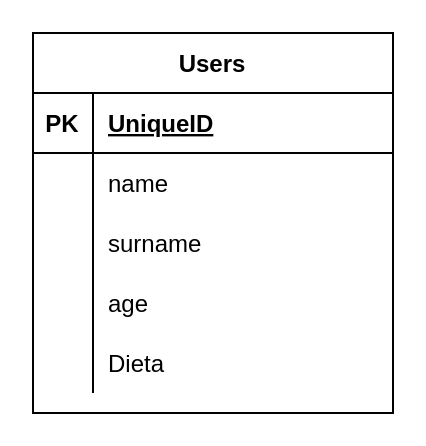
federico1989/php-oop-2 keeps this draw.io diagram as diagramma.drawio. Above is the earlier version. Source tidied: cells renumbered, new cells numbered last; positions are measured from the earlier drawing's top-left corner, leaving out a move shared by most shapes. Both pictures are drawn from the tidied source at 200%, with x=0, y=0 at pixel (32, 32).
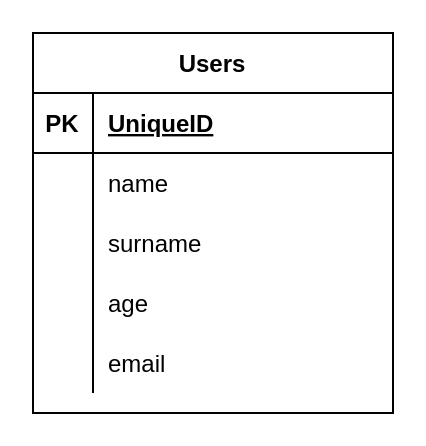
The same diagram, later.

Diff of the diagram source:
```diff
@@
 <mxGraphModel>
   <root>
     <mxCell id="0" />
     <mxCell id="1" parent="0" />
     <mxCell id="2" value="Users" style="shape=table;startSize=30;childLayout=tableLayout;rowLines=0;fontStyle=1;align=center;" parent="1" vertex="1">
       <mxGeometry width="180" height="190" as="geometry" />
     </mxCell>
     <mxCell id="3" style="shape=partialRectangle;fillColor=none;top=0;left=0;bottom=1;right=0;" parent="2" vertex="1">
       <mxGeometry y="30" width="180" height="30" as="geometry" />
     </mxCell>
     <mxCell id="4" value="PK" style="shape=partialRectangle;fillColor=none;top=0;left=0;bottom=0;right=0;fontStyle=1;overflow=hidden;" parent="3" vertex="1">
       <mxGeometry width="30" height="30" as="geometry" />
     </mxCell>
     <mxCell id="5" value="UniqueID" style="shape=partialRectangle;fillColor=none;top=0;left=0;bottom=0;right=0;align=left;spacingLeft=6;fontStyle=5;overflow=hidden;" parent="3" vertex="1">
       <mxGeometry x="30" width="150" height="30" as="geometry" />
     </mxCell>
     <mxCell id="6" style="shape=partialRectangle;fillColor=none;top=0;left=0;bottom=0;right=0;" parent="2" vertex="1">
       <mxGeometry y="60" width="180" height="30" as="geometry" />
     </mxCell>
     <mxCell id="7" style="shape=partialRectangle;fillColor=none;top=0;left=0;bottom=0;right=0;overflow=hidden;" parent="6" vertex="1">
       <mxGeometry width="30" height="30" as="geometry" />
     </mxCell>
     <mxCell id="8" value="name" style="shape=partialRectangle;fillColor=none;top=0;left=0;bottom=0;right=0;align=left;spacingLeft=6;overflow=hidden;" parent="6" vertex="1">
       <mxGeometry x="30" width="150" height="30" as="geometry" />
     </mxCell>
     <mxCell id="9" style="shape=partialRectangle;fillColor=none;top=0;left=0;bottom=0;right=0;" parent="2" vertex="1">
       <mxGeometry y="90" width="180" height="30" as="geometry" />
     </mxCell>
     <mxCell id="10" style="shape=partialRectangle;fillColor=none;top=0;left=0;bottom=0;right=0;overflow=hidden;" parent="9" vertex="1">
       <mxGeometry width="30" height="30" as="geometry" />
     </mxCell>
     <mxCell id="11" value="surname" style="shape=partialRectangle;fillColor=none;top=0;left=0;bottom=0;right=0;align=left;spacingLeft=6;overflow=hidden;" parent="9" vertex="1">
       <mxGeometry x="30" width="150" height="30" as="geometry" />
     </mxCell>
     <mxCell id="12" style="shape=partialRectangle;fillColor=none;top=0;left=0;bottom=0;right=0;" parent="2" vertex="1">
       <mxGeometry y="120" width="180" height="30" as="geometry" />
     </mxCell>
     <mxCell id="13" style="shape=partialRectangle;fillColor=none;top=0;left=0;bottom=0;right=0;overflow=hidden;" parent="12" vertex="1">
       <mxGeometry width="30" height="30" as="geometry" />
     </mxCell>
     <mxCell id="14" value="age" style="shape=partialRectangle;fillColor=none;top=0;left=0;bottom=0;right=0;align=left;spacingLeft=6;overflow=hidden;" parent="12" vertex="1">
       <mxGeometry x="30" width="150" height="30" as="geometry" />
     </mxCell>
     <mxCell id="15" style="shape=partialRectangle;fillColor=none;top=0;left=0;bottom=0;right=0;" parent="2" vertex="1">
       <mxGeometry y="150" width="180" height="30" as="geometry" />
     </mxCell>
     <mxCell id="16" style="shape=partialRectangle;fillColor=none;top=0;left=0;bottom=0;right=0;overflow=hidden;" parent="15" vertex="1">
       <mxGeometry width="30" height="30" as="geometry" />
     </mxCell>
-    <mxCell id="17" value="Dieta" style="shape=partialRectangle;fillColor=none;top=0;left=0;bottom=0;right=0;align=left;spacingLeft=6;overflow=hidden;" parent="15" vertex="1">
+    <mxCell id="17" value="email" style="shape=partialRectangle;fillColor=none;top=0;left=0;bottom=0;right=0;align=left;spacingLeft=6;overflow=hidden;" parent="15" vertex="1">
       <mxGeometry x="30" width="150" height="30" as="geometry" />
     </mxCell>
   </root>
 </mxGraphModel>
```
